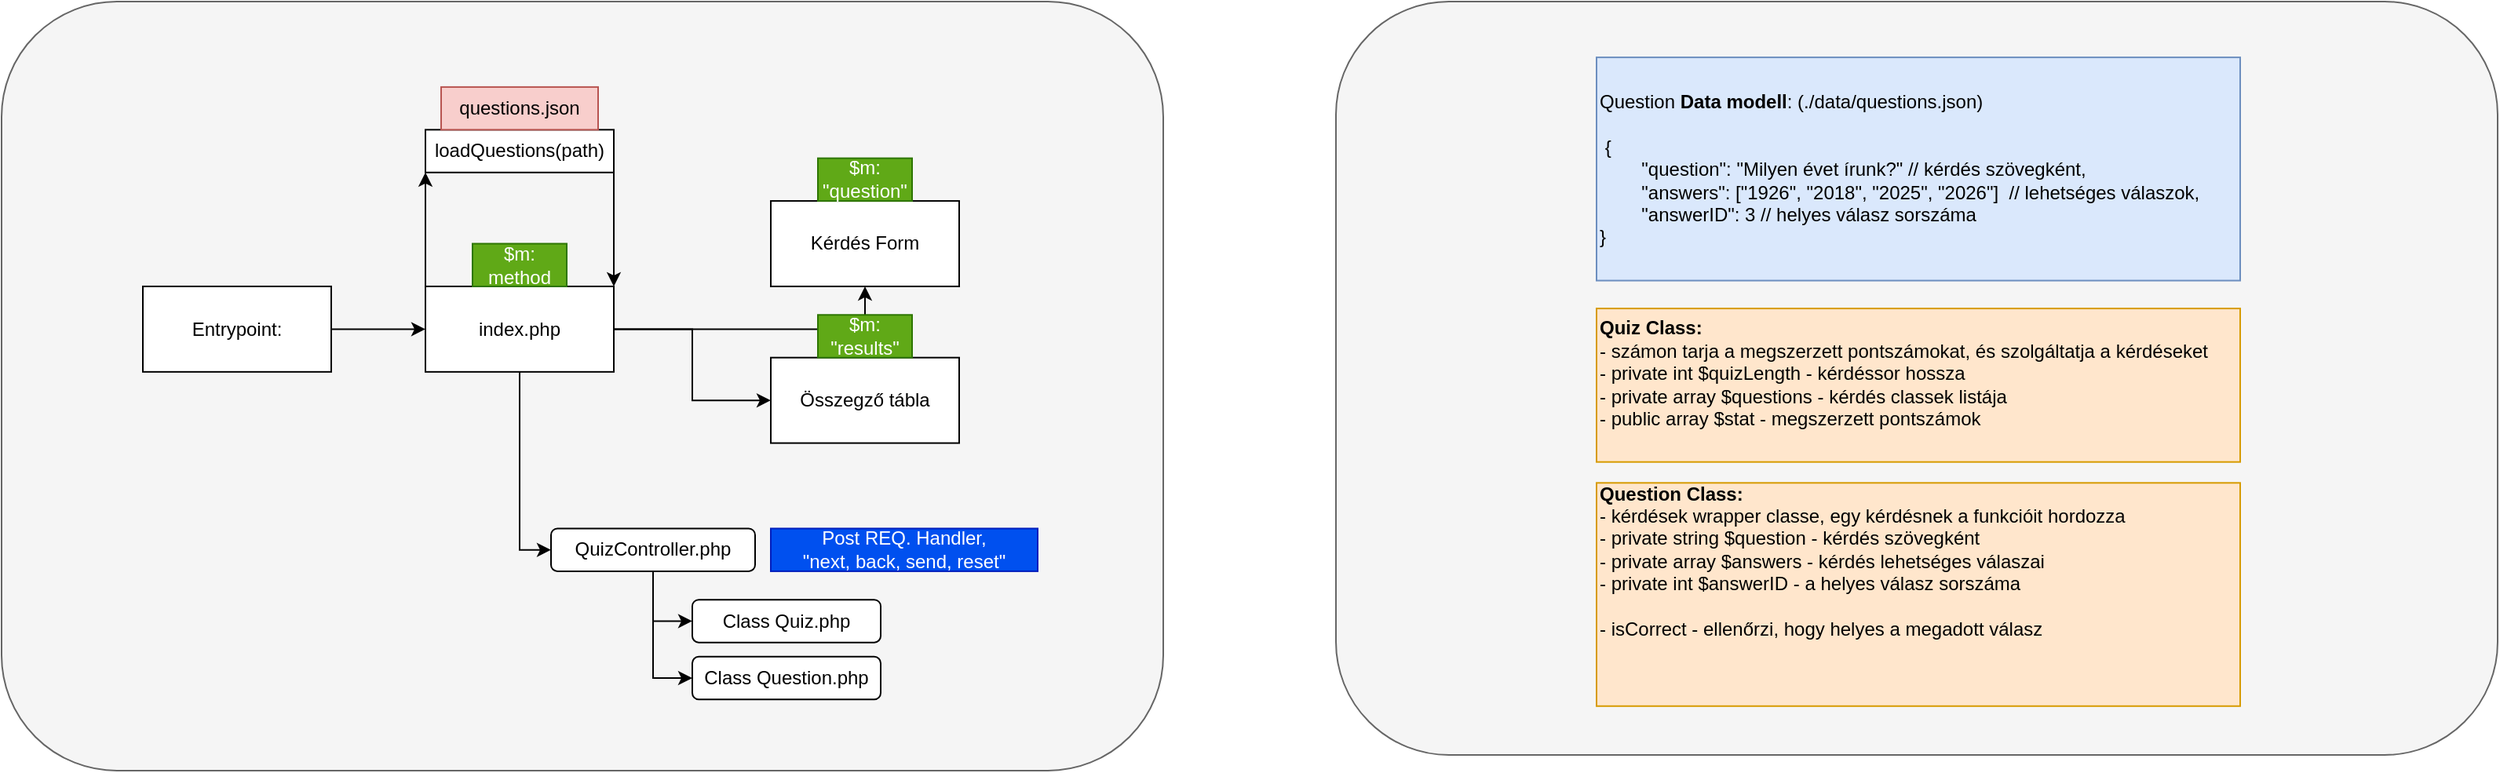
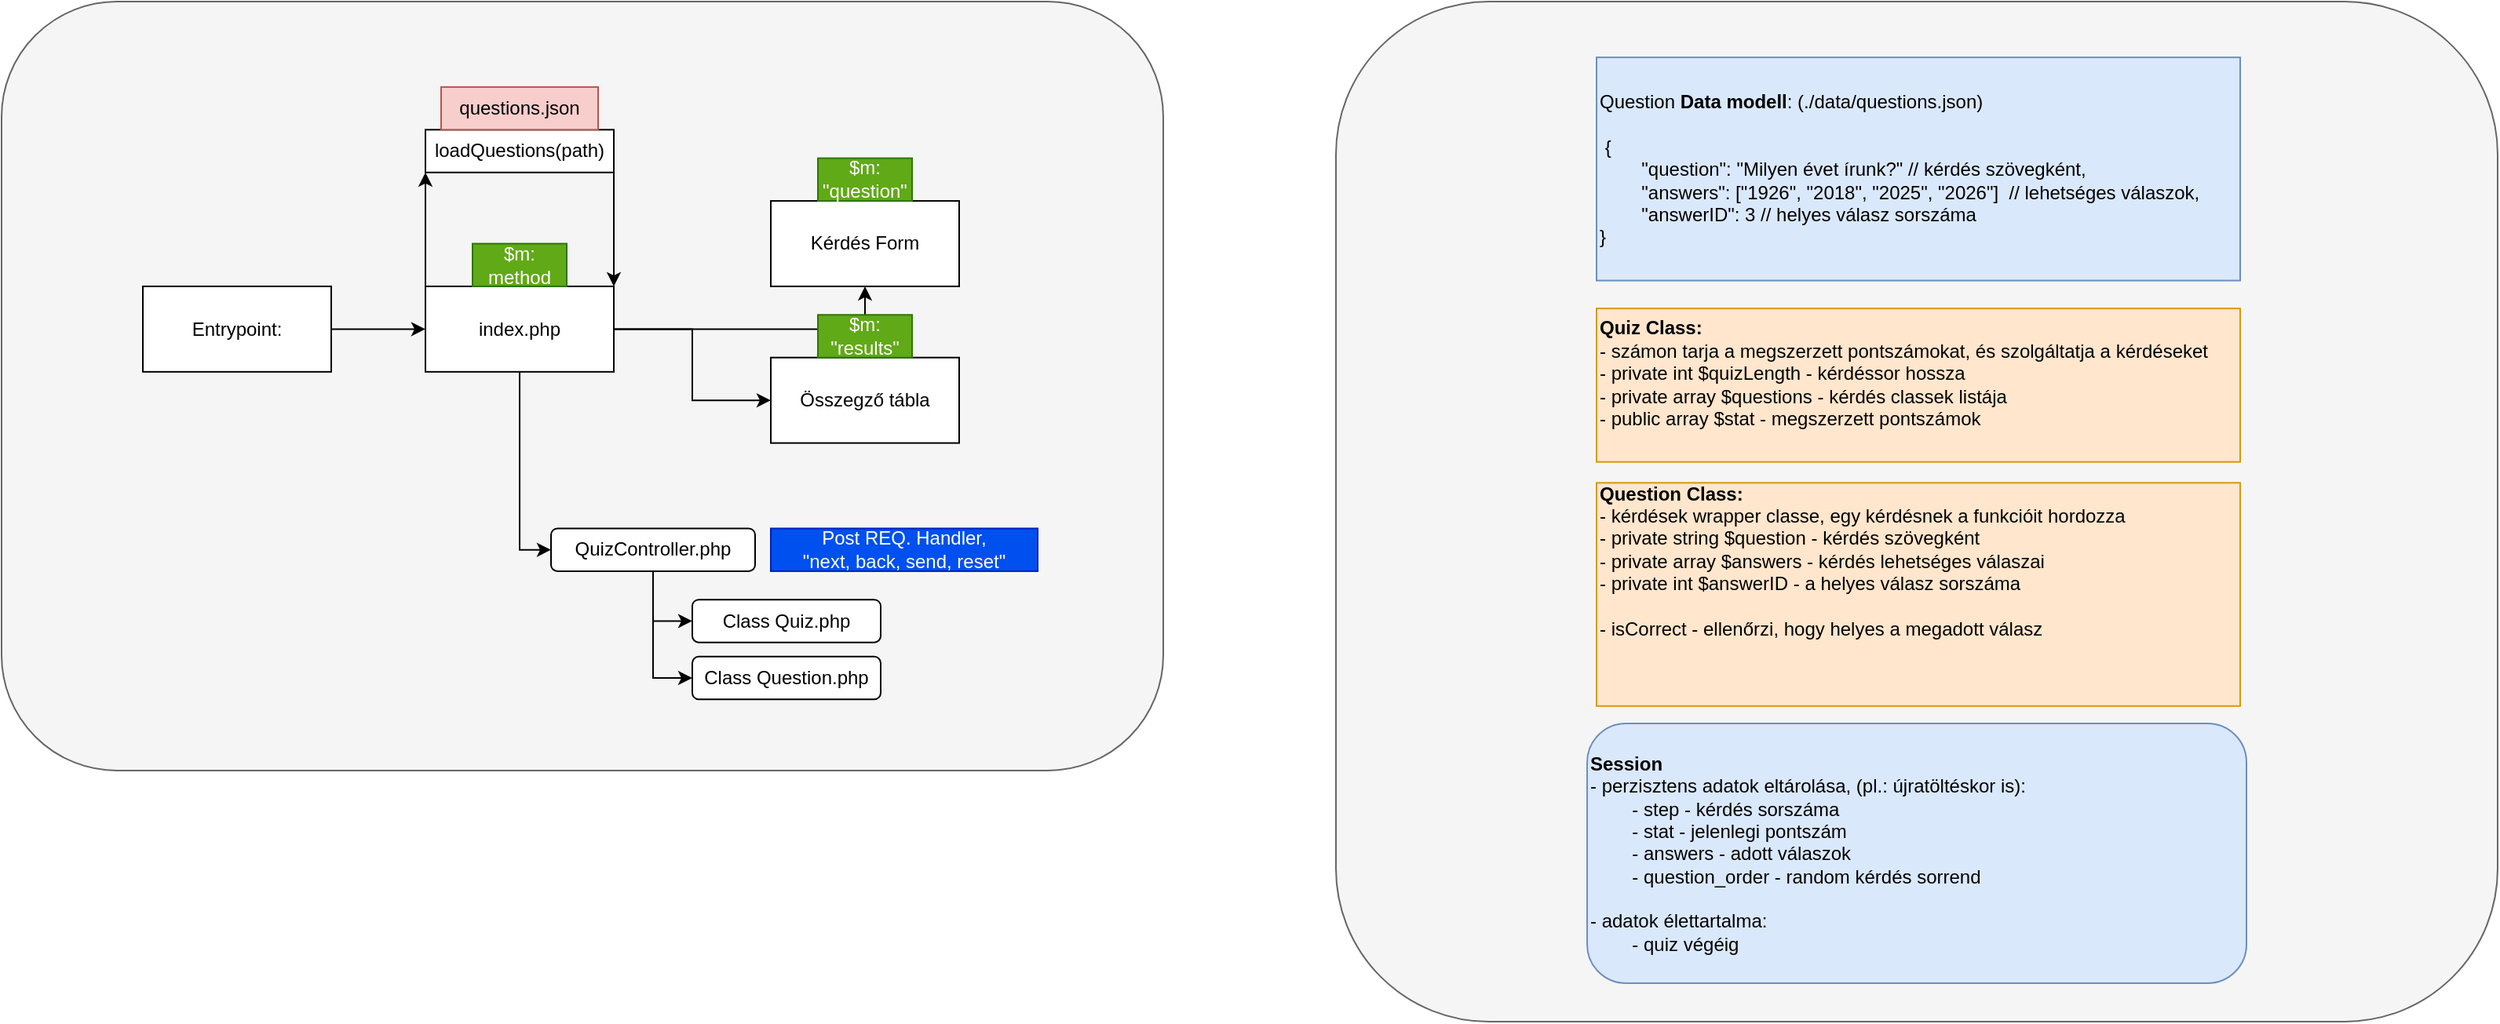
<mxfile host="app.diagrams.net">
  <diagram name="Oldal-1" id="FCJ94gR-Hhs8GxeCUWph">
-     <mxGraphModel dx="2570" dy="1428" grid="1" gridSize="10" guides="1" tooltips="1" connect="1" arrows="1" fold="1" page="1" pageScale="1" pageWidth="827" pageHeight="1169" math="0" shadow="0">
+     <mxGraphModel dx="975" dy="541" grid="1" gridSize="10" guides="1" tooltips="1" connect="1" arrows="1" fold="1" page="1" pageScale="1" pageWidth="827" pageHeight="1169" math="0" shadow="0">
      <root>
        <mxCell id="0" />
        <mxCell id="1" parent="0" />
        <mxCell id="QErhvY5_i5o2afiaz8UU-30" connectable="0" parent="1" style="group" value="" vertex="1">
          <mxGeometry height="490" width="740" x="10" y="20" as="geometry" />
        </mxCell>
        <mxCell id="QErhvY5_i5o2afiaz8UU-28" parent="QErhvY5_i5o2afiaz8UU-30" style="rounded=1;whiteSpace=wrap;html=1;fillColor=#f5f5f5;fontColor=#333333;strokeColor=#666666;" value="" vertex="1">
          <mxGeometry height="490" width="740" as="geometry" />
        </mxCell>
        <mxCell id="QErhvY5_i5o2afiaz8UU-2" edge="1" parent="QErhvY5_i5o2afiaz8UU-30" source="QErhvY5_i5o2afiaz8UU-1" style="edgeStyle=orthogonalEdgeStyle;rounded=0;orthogonalLoop=1;jettySize=auto;html=1;">
          <mxGeometry relative="1" as="geometry">
            <mxPoint x="270" y="208.70370370370372" as="targetPoint" />
          </mxGeometry>
        </mxCell>
        <mxCell id="QErhvY5_i5o2afiaz8UU-1" parent="QErhvY5_i5o2afiaz8UU-30" style="rounded=0;whiteSpace=wrap;html=1;" value="Entrypoint:" vertex="1">
          <mxGeometry height="54.44444444444444" width="120" x="90" y="181.4814814814815" as="geometry" />
        </mxCell>
        <mxCell id="QErhvY5_i5o2afiaz8UU-4" edge="1" parent="QErhvY5_i5o2afiaz8UU-30" source="QErhvY5_i5o2afiaz8UU-3" style="edgeStyle=orthogonalEdgeStyle;rounded=0;orthogonalLoop=1;jettySize=auto;html=1;entryX=0;entryY=0.5;entryDx=0;entryDy=0;" target="QErhvY5_i5o2afiaz8UU-5">
          <mxGeometry relative="1" as="geometry">
            <mxPoint x="380" y="263.14814814814815" as="targetPoint" />
          </mxGeometry>
        </mxCell>
        <mxCell id="QErhvY5_i5o2afiaz8UU-13" edge="1" parent="QErhvY5_i5o2afiaz8UU-30" source="QErhvY5_i5o2afiaz8UU-3" style="edgeStyle=orthogonalEdgeStyle;rounded=0;orthogonalLoop=1;jettySize=auto;html=1;" target="QErhvY5_i5o2afiaz8UU-15">
          <mxGeometry relative="1" as="geometry">
            <mxPoint x="420" y="154.25925925925927" as="targetPoint" />
          </mxGeometry>
        </mxCell>
        <mxCell id="QErhvY5_i5o2afiaz8UU-14" edge="1" parent="QErhvY5_i5o2afiaz8UU-30" source="QErhvY5_i5o2afiaz8UU-3" style="edgeStyle=orthogonalEdgeStyle;rounded=0;orthogonalLoop=1;jettySize=auto;html=1;" target="QErhvY5_i5o2afiaz8UU-16">
          <mxGeometry relative="1" as="geometry">
            <mxPoint x="490" y="226.85185185185185" as="targetPoint" />
          </mxGeometry>
        </mxCell>
        <mxCell id="QErhvY5_i5o2afiaz8UU-22" edge="1" parent="QErhvY5_i5o2afiaz8UU-30" source="QErhvY5_i5o2afiaz8UU-3" style="edgeStyle=orthogonalEdgeStyle;rounded=0;orthogonalLoop=1;jettySize=auto;html=1;exitX=0;exitY=0;exitDx=0;exitDy=0;" target="QErhvY5_i5o2afiaz8UU-23">
          <mxGeometry relative="1" as="geometry">
            <Array as="points">
              <mxPoint x="270" y="117.96296296296296" />
              <mxPoint x="270" y="117.96296296296296" />
            </Array>
            <mxPoint x="280" y="108.88888888888889" as="targetPoint" />
          </mxGeometry>
        </mxCell>
        <mxCell id="QErhvY5_i5o2afiaz8UU-3" parent="QErhvY5_i5o2afiaz8UU-30" style="rounded=0;whiteSpace=wrap;html=1;" value="index.php" vertex="1">
          <mxGeometry height="54.44444444444444" width="120" x="270" y="181.4814814814815" as="geometry" />
        </mxCell>
        <mxCell id="QErhvY5_i5o2afiaz8UU-8" edge="1" parent="QErhvY5_i5o2afiaz8UU-30" source="QErhvY5_i5o2afiaz8UU-5" style="edgeStyle=orthogonalEdgeStyle;rounded=0;orthogonalLoop=1;jettySize=auto;html=1;entryX=0;entryY=0.5;entryDx=0;entryDy=0;" target="QErhvY5_i5o2afiaz8UU-6">
          <mxGeometry relative="1" as="geometry" />
        </mxCell>
        <mxCell id="QErhvY5_i5o2afiaz8UU-9" edge="1" parent="QErhvY5_i5o2afiaz8UU-30" source="QErhvY5_i5o2afiaz8UU-5" style="edgeStyle=orthogonalEdgeStyle;rounded=0;orthogonalLoop=1;jettySize=auto;html=1;entryX=0;entryY=0.5;entryDx=0;entryDy=0;" target="QErhvY5_i5o2afiaz8UU-7">
          <mxGeometry relative="1" as="geometry" />
        </mxCell>
        <mxCell id="QErhvY5_i5o2afiaz8UU-5" parent="QErhvY5_i5o2afiaz8UU-30" style="rounded=1;whiteSpace=wrap;html=1;" value="QuizController.php" vertex="1">
          <mxGeometry height="27.22222222222222" width="130" x="350" y="335.74074074074076" as="geometry" />
        </mxCell>
        <mxCell id="QErhvY5_i5o2afiaz8UU-6" parent="QErhvY5_i5o2afiaz8UU-30" style="rounded=1;whiteSpace=wrap;html=1;" value="Class Quiz.php" vertex="1">
          <mxGeometry height="27.22222222222222" width="120" x="440" y="381.11111111111114" as="geometry" />
        </mxCell>
        <mxCell id="QErhvY5_i5o2afiaz8UU-7" parent="QErhvY5_i5o2afiaz8UU-30" style="rounded=1;whiteSpace=wrap;html=1;" value="Class Question.php" vertex="1">
          <mxGeometry height="27.22222222222222" width="120" x="440" y="417.40740740740745" as="geometry" />
        </mxCell>
        <mxCell id="QErhvY5_i5o2afiaz8UU-10" parent="QErhvY5_i5o2afiaz8UU-30" style="text;html=1;whiteSpace=wrap;strokeColor=#001DBC;fillColor=#0050ef;align=center;verticalAlign=middle;rounded=0;fontColor=#ffffff;" value="Post REQ. Handler,&lt;div&gt;&quot;next, back, send, reset&quot;&lt;/div&gt;" vertex="1">
          <mxGeometry height="27.22222222222222" width="170" x="490" y="335.74074074074076" as="geometry" />
        </mxCell>
        <mxCell id="QErhvY5_i5o2afiaz8UU-15" parent="QErhvY5_i5o2afiaz8UU-30" style="rounded=0;whiteSpace=wrap;html=1;" value="Kérdés Form" vertex="1">
          <mxGeometry height="54.44444444444444" width="120" x="490" y="127.03703703703704" as="geometry" />
        </mxCell>
        <mxCell id="QErhvY5_i5o2afiaz8UU-16" parent="QErhvY5_i5o2afiaz8UU-30" style="rounded=0;whiteSpace=wrap;html=1;" value="Összegző tábla" vertex="1">
          <mxGeometry height="54.44444444444444" width="120" x="490" y="226.85185185185185" as="geometry" />
        </mxCell>
        <mxCell id="QErhvY5_i5o2afiaz8UU-17" parent="QErhvY5_i5o2afiaz8UU-30" style="text;html=1;whiteSpace=wrap;strokeColor=#2D7600;fillColor=#60a917;align=center;verticalAlign=middle;rounded=0;fontColor=#ffffff;" value="$m:&lt;div&gt;method&lt;/div&gt;" vertex="1">
          <mxGeometry height="27.22222222222222" width="60" x="300" y="154.25925925925927" as="geometry" />
        </mxCell>
        <mxCell id="QErhvY5_i5o2afiaz8UU-18" parent="QErhvY5_i5o2afiaz8UU-30" style="text;html=1;whiteSpace=wrap;strokeColor=#2D7600;fillColor=#60a917;align=center;verticalAlign=middle;rounded=0;fontColor=#ffffff;" value="$m:&lt;div&gt;&quot;question&quot;&lt;/div&gt;" vertex="1">
          <mxGeometry height="27.22222222222222" width="60" x="520" y="99.81481481481482" as="geometry" />
        </mxCell>
        <mxCell id="QErhvY5_i5o2afiaz8UU-19" parent="QErhvY5_i5o2afiaz8UU-30" style="text;html=1;whiteSpace=wrap;strokeColor=#2D7600;fillColor=#60a917;align=center;verticalAlign=middle;rounded=0;fontColor=#ffffff;" value="$m:&lt;div&gt;&quot;results&quot;&lt;/div&gt;" vertex="1">
          <mxGeometry height="27.22222222222222" width="60" x="520" y="199.62962962962965" as="geometry" />
        </mxCell>
        <mxCell id="QErhvY5_i5o2afiaz8UU-24" edge="1" parent="QErhvY5_i5o2afiaz8UU-30" source="QErhvY5_i5o2afiaz8UU-23" style="edgeStyle=orthogonalEdgeStyle;rounded=0;orthogonalLoop=1;jettySize=auto;html=1;entryX=1;entryY=0;entryDx=0;entryDy=0;" target="QErhvY5_i5o2afiaz8UU-3">
          <mxGeometry relative="1" as="geometry">
            <Array as="points">
              <mxPoint x="390" y="108.88888888888889" />
              <mxPoint x="390" y="108.88888888888889" />
            </Array>
          </mxGeometry>
        </mxCell>
        <mxCell id="QErhvY5_i5o2afiaz8UU-23" parent="QErhvY5_i5o2afiaz8UU-30" style="rounded=0;whiteSpace=wrap;html=1;" value="loadQuestions(path)" vertex="1">
          <mxGeometry height="27.22222222222222" width="120" x="270" y="81.66666666666667" as="geometry" />
        </mxCell>
        <mxCell id="QErhvY5_i5o2afiaz8UU-26" parent="QErhvY5_i5o2afiaz8UU-30" style="text;html=1;whiteSpace=wrap;strokeColor=#b85450;fillColor=#f8cecc;align=center;verticalAlign=middle;rounded=0;" value="questions.json" vertex="1">
          <mxGeometry height="27.22222222222222" width="100" x="280" y="54.44444444444444" as="geometry" />
        </mxCell>
-         <mxCell id="QErhvY5_i5o2afiaz8UU-36" connectable="0" parent="1" style="group" value="" vertex="1">
-           <mxGeometry height="480" width="740" x="860" y="20" as="geometry" />
+         <mxCell id="BvTRnIKik3vrh-1jExwT-4" connectable="0" parent="1" style="group" value="" vertex="1">
+           <mxGeometry height="650" width="740" x="860" y="20" as="geometry" />
        </mxCell>
-         <mxCell id="QErhvY5_i5o2afiaz8UU-29" parent="QErhvY5_i5o2afiaz8UU-36" style="rounded=1;whiteSpace=wrap;html=1;fillColor=#f5f5f5;fontColor=#333333;strokeColor=#666666;" value="" vertex="1">
-           <mxGeometry height="480" width="740" as="geometry" />
+         <mxCell id="QErhvY5_i5o2afiaz8UU-29" parent="BvTRnIKik3vrh-1jExwT-4" style="rounded=1;whiteSpace=wrap;html=1;fillColor=#f5f5f5;fontColor=#333333;strokeColor=#666666;" value="" vertex="1">
+           <mxGeometry height="650" width="740" as="geometry" />
        </mxCell>
-         <mxCell id="QErhvY5_i5o2afiaz8UU-34" connectable="0" parent="QErhvY5_i5o2afiaz8UU-36" style="group" value="" vertex="1">
-           <mxGeometry height="413.3333333333333" width="410" x="166" y="35.55555555555556" as="geometry" />
+         <mxCell id="BvTRnIKik3vrh-1jExwT-3" connectable="0" parent="BvTRnIKik3vrh-1jExwT-4" style="group" value="" vertex="1">
+           <mxGeometry height="590" width="420" x="160" y="35.55555555555556" as="geometry" />
        </mxCell>
-         <mxCell id="QErhvY5_i5o2afiaz8UU-20" parent="QErhvY5_i5o2afiaz8UU-34" style="whiteSpace=wrap;html=1;align=left;fillColor=#ffe6cc;strokeColor=#d79b00;" value="&lt;b&gt;Quiz Class:&lt;/b&gt;&lt;div&gt;- számon tarja a megszerzett pontszámokat, és szolgáltatja a kérdéseket&lt;div&gt;&lt;div&gt;- private int $quizLength - kérdéssor hossza&lt;/div&gt;&lt;div&gt;- private array $questions - kérdés classek listája&lt;/div&gt;&lt;div&gt;- public array $stat - megszerzett pontszámok&lt;/div&gt;&lt;/div&gt;&lt;div&gt;&lt;br&gt;&lt;/div&gt;&lt;/div&gt;" vertex="1">
-           <mxGeometry height="97.77777777777777" width="410" y="159.99999999999997" as="geometry" />
+         <mxCell id="BvTRnIKik3vrh-1jExwT-1" parent="BvTRnIKik3vrh-1jExwT-3" style="rounded=1;whiteSpace=wrap;html=1;align=left;fillColor=#dae8fc;strokeColor=#6c8ebf;" value="&lt;b&gt;Session&lt;/b&gt;&lt;div&gt;- perzisztens adatok eltárolása, (pl.: újratöltéskor is):&lt;/div&gt;&lt;div&gt;&lt;span style=&quot;white-space: pre;&quot;&gt;&#x9;&lt;/span&gt;- step - kérdés sorszáma&lt;br&gt;&lt;/div&gt;&lt;div&gt;&lt;span style=&quot;white-space: pre;&quot;&gt;&#x9;&lt;/span&gt;- stat - jelenlegi pontszám&lt;br&gt;&lt;/div&gt;&lt;div&gt;&lt;span style=&quot;white-space: pre;&quot;&gt;&#x9;&lt;/span&gt;- answers - adott válaszok&lt;br&gt;&lt;/div&gt;&lt;div&gt;&lt;span style=&quot;white-space: pre;&quot;&gt;&#x9;&lt;/span&gt;- question_order - random kérdés sorrend&lt;br&gt;&lt;/div&gt;&lt;div&gt;&lt;br&gt;&lt;/div&gt;&lt;div&gt;- adatok élettartalma:&lt;/div&gt;&lt;div&gt;&lt;span style=&quot;white-space: pre;&quot;&gt;&#x9;&lt;/span&gt;- quiz végéig&lt;br&gt;&lt;/div&gt;" vertex="1">
+           <mxGeometry height="165.56" width="420" y="424.44" as="geometry" />
        </mxCell>
-         <mxCell id="QErhvY5_i5o2afiaz8UU-21" parent="QErhvY5_i5o2afiaz8UU-34" style="whiteSpace=wrap;html=1;align=left;fillColor=#ffe6cc;strokeColor=#d79b00;" value="&lt;b&gt;Question Class:&lt;/b&gt;&lt;div&gt;- kérdések wrapper classe, egy kérdésnek a funkcióit hordozza&lt;div&gt;&lt;div&gt;- private string $question - kérdés szövegként&lt;/div&gt;&lt;div&gt;- private array $answers - kérdés lehetséges válaszai&lt;/div&gt;&lt;div&gt;- private int $answerID - a helyes válasz sorszáma&lt;/div&gt;&lt;/div&gt;&lt;div&gt;&lt;br&gt;&lt;/div&gt;&lt;div&gt;- isCorrect - ellenőrzi, hogy helyes a megadott válasz&lt;/div&gt;&lt;div&gt;&lt;br&gt;&lt;/div&gt;&lt;div&gt;&lt;br&gt;&lt;/div&gt;&lt;div&gt;&lt;br&gt;&lt;/div&gt;&lt;/div&gt;" vertex="1">
-           <mxGeometry height="142.22222222222223" width="410" y="271.1111111111111" as="geometry" />
+         <mxCell id="QErhvY5_i5o2afiaz8UU-20" parent="BvTRnIKik3vrh-1jExwT-3" style="whiteSpace=wrap;html=1;align=left;fillColor=#ffe6cc;strokeColor=#d79b00;" value="&lt;b&gt;Quiz Class:&lt;/b&gt;&lt;div&gt;- számon tarja a megszerzett pontszámokat, és szolgáltatja a kérdéseket&lt;div&gt;&lt;div&gt;- private int $quizLength - kérdéssor hossza&lt;/div&gt;&lt;div&gt;- private array $questions - kérdés classek listája&lt;/div&gt;&lt;div&gt;- public array $stat - megszerzett pontszámok&lt;/div&gt;&lt;/div&gt;&lt;div&gt;&lt;br&gt;&lt;/div&gt;&lt;/div&gt;" vertex="1">
+           <mxGeometry height="97.77777777777777" width="410" x="6" y="160" as="geometry" />
        </mxCell>
-         <mxCell id="QErhvY5_i5o2afiaz8UU-27" parent="QErhvY5_i5o2afiaz8UU-34" style="rounded=0;whiteSpace=wrap;html=1;align=left;fillColor=#dae8fc;strokeColor=#6c8ebf;" value="Question &lt;b&gt;Data modell&lt;/b&gt;: (./data/questions.json)&lt;div&gt;&lt;br&gt;&lt;/div&gt;&lt;div&gt;&lt;div&gt;&amp;nbsp;{&lt;/div&gt;&lt;div&gt;&amp;nbsp; &amp;nbsp; &amp;nbsp; &amp;nbsp; &quot;question&quot;: &quot;Milyen évet írunk?&quot; // kérdés szövegként,&lt;/div&gt;&lt;div&gt;&amp;nbsp; &amp;nbsp; &amp;nbsp; &amp;nbsp; &quot;answers&quot;: [&quot;1926&quot;, &quot;2018&quot;, &quot;2025&quot;, &quot;2026&quot;]&amp;nbsp; // lehetséges válaszok,&lt;/div&gt;&lt;div&gt;&amp;nbsp; &amp;nbsp; &amp;nbsp; &amp;nbsp; &quot;answerID&quot;: 3 // helyes válasz sorszáma&lt;/div&gt;&lt;div&gt;}&lt;/div&gt;&lt;/div&gt;" vertex="1">
-           <mxGeometry height="142.22222222222223" width="410" as="geometry" />
+         <mxCell id="QErhvY5_i5o2afiaz8UU-21" parent="BvTRnIKik3vrh-1jExwT-3" style="whiteSpace=wrap;html=1;align=left;fillColor=#ffe6cc;strokeColor=#d79b00;" value="&lt;b&gt;Question Class:&lt;/b&gt;&lt;div&gt;- kérdések wrapper classe, egy kérdésnek a funkcióit hordozza&lt;div&gt;&lt;div&gt;- private string $question - kérdés szövegként&lt;/div&gt;&lt;div&gt;- private array $answers - kérdés lehetséges válaszai&lt;/div&gt;&lt;div&gt;- private int $answerID - a helyes válasz sorszáma&lt;/div&gt;&lt;/div&gt;&lt;div&gt;&lt;br&gt;&lt;/div&gt;&lt;div&gt;- isCorrect - ellenőrzi, hogy helyes a megadott válasz&lt;/div&gt;&lt;div&gt;&lt;br&gt;&lt;/div&gt;&lt;div&gt;&lt;br&gt;&lt;/div&gt;&lt;div&gt;&lt;br&gt;&lt;/div&gt;&lt;/div&gt;" vertex="1">
+           <mxGeometry height="142.22222222222223" width="410" x="6" y="271.1111111111111" as="geometry" />
+         </mxCell>
+         <mxCell id="QErhvY5_i5o2afiaz8UU-27" parent="BvTRnIKik3vrh-1jExwT-3" style="rounded=0;whiteSpace=wrap;html=1;align=left;fillColor=#dae8fc;strokeColor=#6c8ebf;" value="Question &lt;b&gt;Data modell&lt;/b&gt;: (./data/questions.json)&lt;div&gt;&lt;br&gt;&lt;/div&gt;&lt;div&gt;&lt;div&gt;&amp;nbsp;{&lt;/div&gt;&lt;div&gt;&amp;nbsp; &amp;nbsp; &amp;nbsp; &amp;nbsp; &quot;question&quot;: &quot;Milyen évet írunk?&quot; // kérdés szövegként,&lt;/div&gt;&lt;div&gt;&amp;nbsp; &amp;nbsp; &amp;nbsp; &amp;nbsp; &quot;answers&quot;: [&quot;1926&quot;, &quot;2018&quot;, &quot;2025&quot;, &quot;2026&quot;]&amp;nbsp; // lehetséges válaszok,&lt;/div&gt;&lt;div&gt;&amp;nbsp; &amp;nbsp; &amp;nbsp; &amp;nbsp; &quot;answerID&quot;: 3 // helyes válasz sorszáma&lt;/div&gt;&lt;div&gt;}&lt;/div&gt;&lt;/div&gt;" vertex="1">
+           <mxGeometry height="142.22222222222223" width="410" x="6" as="geometry" />
        </mxCell>
      </root>
    </mxGraphModel>
  </diagram>
</mxfile>
